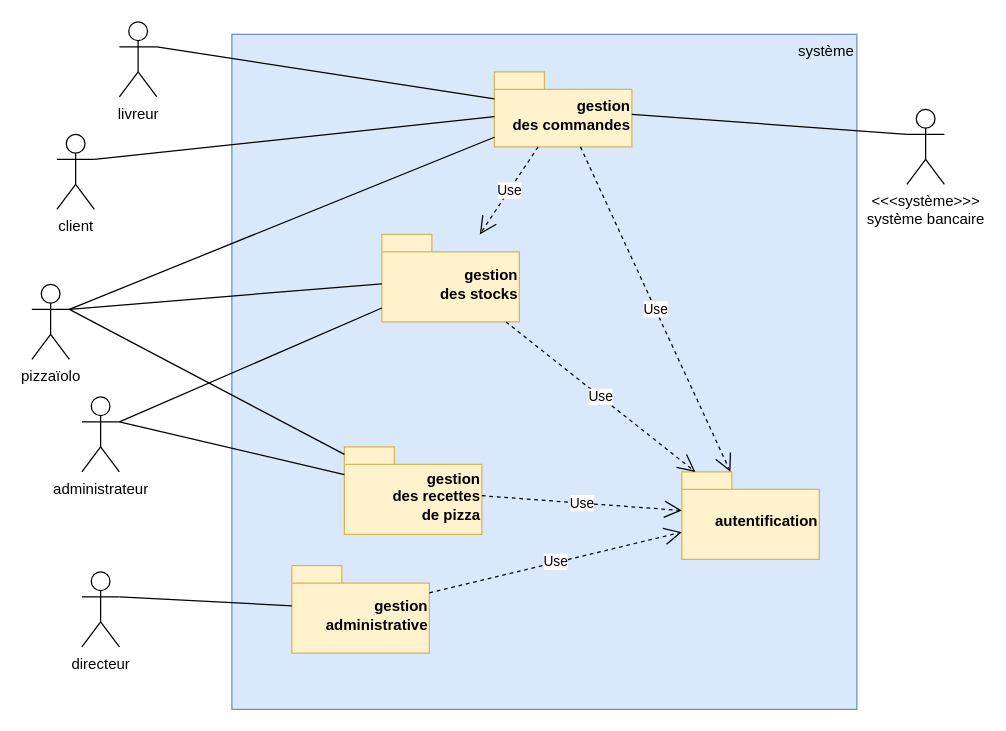
Above: page "packages" (2 of 6) of diagrammes.drawio in remace/OC-P4-UML_Pizzeria (draw.io), before the change. Source tidied: cells renumbered, new cells numbered last; positions are measured from the earlier drawing's top-left corner, leaving out a move shared by most shapes. Both pictures are drawn from the tidied source at 125%, with x=0, y=0 at pixel (31, 21).
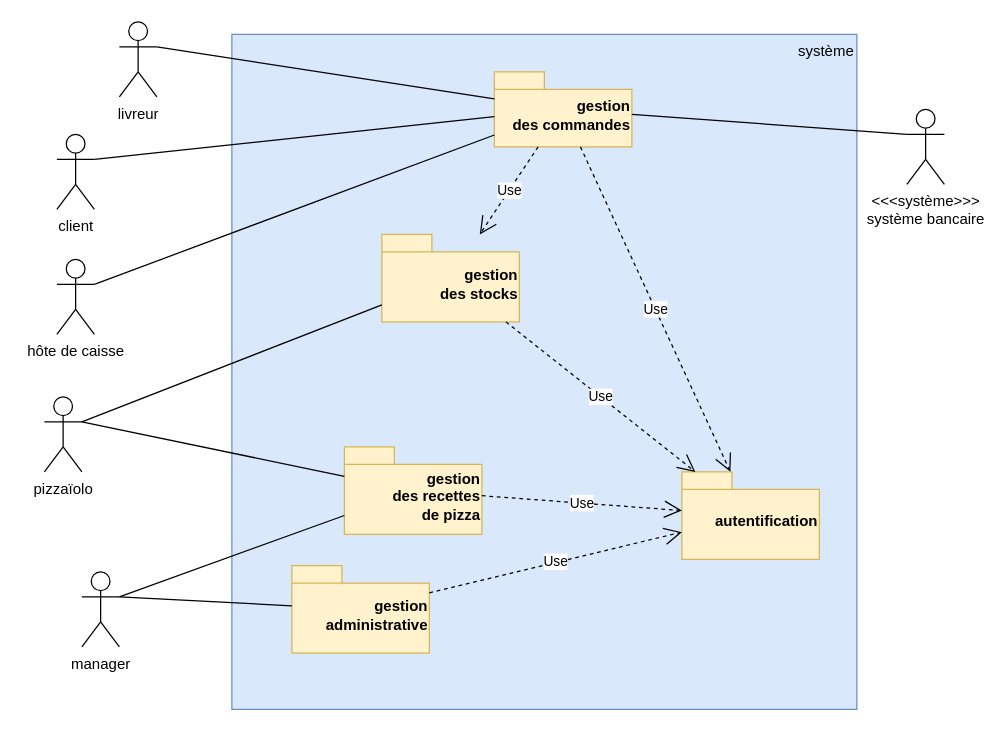
After the change.

The change refers to these unchanged cells:
```xml
<mxCell id="4" value="gestion&lt;br&gt;des commandes" style="shape=folder;fontStyle=1;spacingTop=10;tabWidth=40;tabHeight=14;tabPosition=left;html=1;rounded=0;align=right;fillColor=#fff2cc;strokeColor=#d6b656;" parent="1" vertex="1">
  <mxGeometry x="370" y="40" width="110" height="60" as="geometry" />
</mxCell>
<mxCell id="10" value="gestion&lt;br&gt;des recettes&lt;br&gt;de pizza" style="shape=folder;fontStyle=1;spacingTop=10;tabWidth=40;tabHeight=14;tabPosition=left;html=1;rounded=0;align=right;fillColor=#fff2cc;strokeColor=#d6b656;" parent="1" vertex="1">
  <mxGeometry x="250" y="340" width="110" height="70" as="geometry" />
</mxCell>
<mxCell id="18" value="gestion&lt;br&gt;des stocks" style="shape=folder;fontStyle=1;spacingTop=10;tabWidth=40;tabHeight=14;tabPosition=left;html=1;rounded=0;align=right;fillColor=#fff2cc;strokeColor=#d6b656;" parent="1" vertex="1">
  <mxGeometry x="280" y="170" width="110" height="70" as="geometry" />
</mxCell>
```

The edit, as a diff of the source:
```diff
@@
-    <mxCell id="7" style="endArrow=none;html=1;entryX=1;entryY=0.3333333333333333;entryDx=0;entryDy=0;entryPerimeter=0;" parent="1" edge="1" source="4" target="13">
-      <mxGeometry relative="1" as="geometry" />
-    </mxCell>
@@
     <mxCell id="13" value="pizzaïolo&lt;br&gt;" style="shape=umlActor;verticalLabelPosition=bottom;labelBackgroundColor=#ffffff;verticalAlign=top;html=1;" parent="1" vertex="1">
-      <mxGeometry y="210" width="30" height="60" as="geometry" />
+      <mxGeometry x="10" y="300" width="30" height="60" as="geometry" />
     </mxCell>
-    <mxCell id="14" value="directeur&lt;br&gt;" style="shape=umlActor;verticalLabelPosition=bottom;labelBackgroundColor=#ffffff;verticalAlign=top;html=1;" parent="1" vertex="1">
+    <mxCell id="14" value="manager" style="shape=umlActor;verticalLabelPosition=bottom;labelBackgroundColor=#ffffff;verticalAlign=top;html=1;" parent="1" vertex="1">
       <mxGeometry x="40" y="440" width="30" height="60" as="geometry" />
     </mxCell>
@@
-    <mxCell id="16" value="administrateur" style="shape=umlActor;verticalLabelPosition=bottom;labelBackgroundColor=#ffffff;verticalAlign=top;html=1;" parent="1" vertex="1">
-      <mxGeometry x="40" y="300" width="30" height="60" as="geometry" />
+    <mxCell id="16" value="hôte de caisse" style="shape=umlActor;verticalLabelPosition=bottom;labelBackgroundColor=#ffffff;verticalAlign=top;html=1;" parent="1" vertex="1">
+      <mxGeometry x="20" y="190" width="30" height="60" as="geometry" />
     </mxCell>
@@
-    <mxCell id="20" style="endArrow=none;html=1;entryX=1;entryY=0.3333333333333333;entryDx=0;entryDy=0;entryPerimeter=0;" parent="1" edge="1" source="10" target="16">
-      <mxGeometry relative="1" as="geometry" />
-    </mxCell>
-    <mxCell id="21" style="endArrow=none;html=1;entryX=1;entryY=0.3333333333333333;entryDx=0;entryDy=0;entryPerimeter=0;" parent="1" edge="1" source="18" target="16">
-      <mxGeometry relative="1" as="geometry" />
-    </mxCell>
@@
+    <mxCell id="28" style="endArrow=none;html=1;entryX=1;entryY=0.3333333333333333;entryDx=0;entryDy=0;entryPerimeter=0;" parent="1" edge="1" source="4" target="16">
+      <mxGeometry relative="1" as="geometry" />
+    </mxCell>
+    <mxCell id="29" style="endArrow=none;html=1;entryX=1;entryY=0.3333333333333333;entryDx=0;entryDy=0;entryPerimeter=0;" parent="1" edge="1" source="10" target="14">
+      <mxGeometry relative="1" as="geometry" />
+    </mxCell>
```
